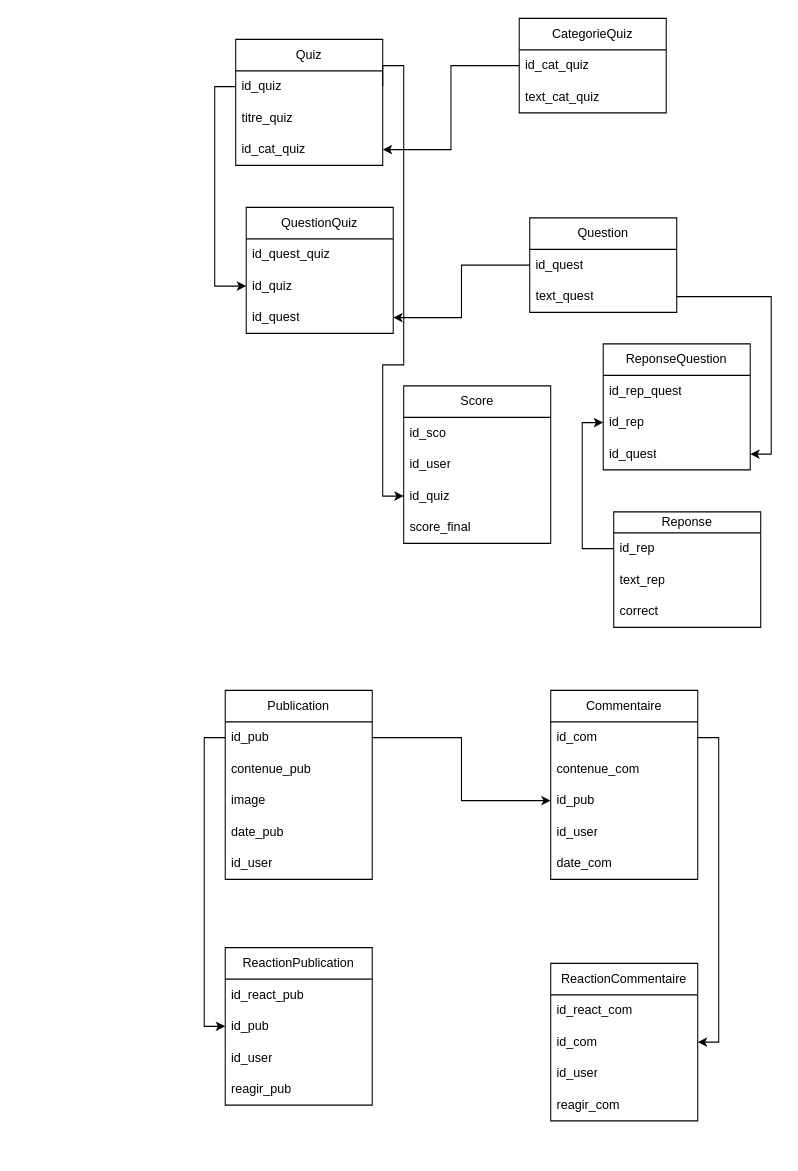
This is mcd.drawio from Maminjatovo/Mcd_hack_it_supernova, a draw.io file, before an edit. Source tidied: cells renumbered, new cells numbered last; positions are measured from the earlier drawing's top-left corner, leaving out a move shared by most shapes. Both pictures are drawn from the tidied source at 105%, with x=0, y=0 at pixel (225, 18).
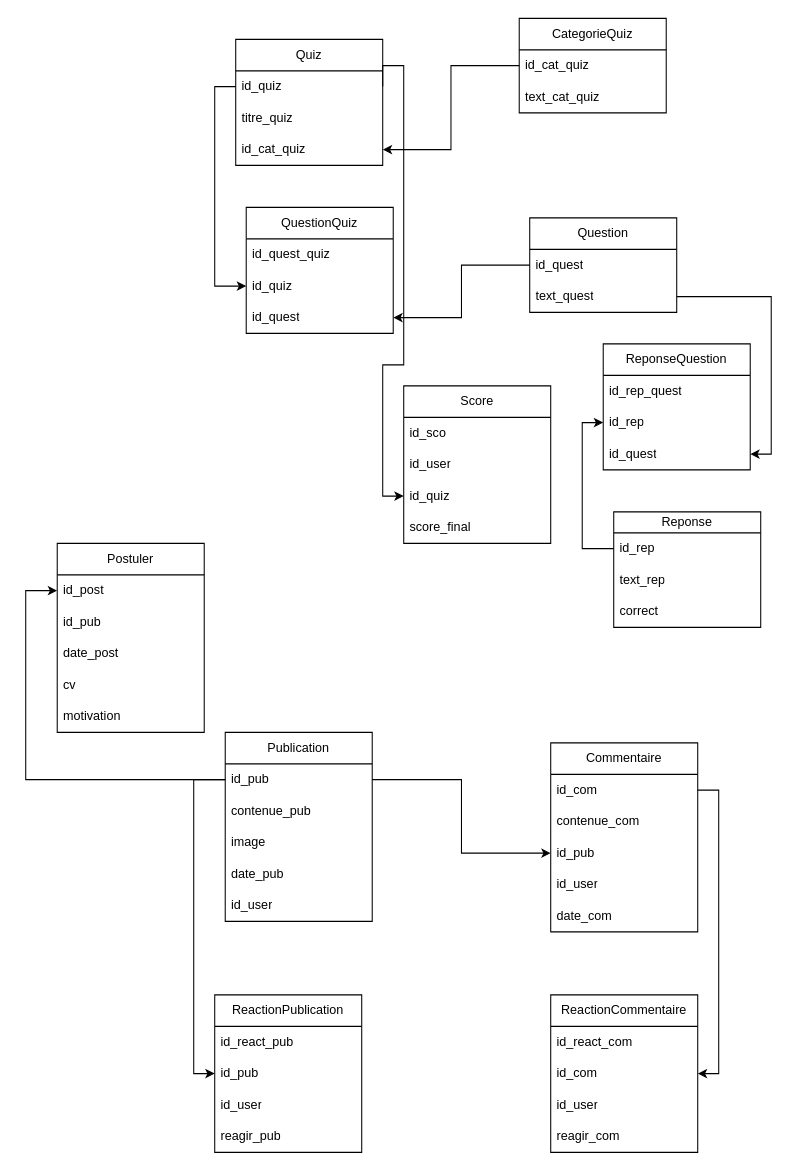
Above is the later version.

Commit message:
Mettre à jour mcd.drawio

Unchanged cells that the change refers to:
```xml
<mxCell id="36" value="id_pub" style="text;strokeColor=none;fillColor=none;align=left;verticalAlign=middle;spacingLeft=4;spacingRight=4;overflow=hidden;points=[[0,0.5],[1,0.5]];portConstraint=eastwest;whiteSpace=wrap;html=1;" parent="35" vertex="1">
  <mxGeometry y="30" width="140" height="30" as="geometry" />
</mxCell>
```

The edit, as a diff of the source:
```diff
@@
     <mxCell id="35" value="Publication" style="swimlane;fontStyle=0;horizontal=1;startSize=30;whiteSpace=wrap;html=1;" parent="1" vertex="1">
-      <mxGeometry y="640" width="140" height="180" as="geometry" />
+      <mxGeometry y="680" width="140" height="180" as="geometry" />
     </mxCell>
@@
     <mxCell id="41" value="Commentaire" style="swimlane;fontStyle=0;horizontal=1;startSize=30;whiteSpace=wrap;html=1;" parent="1" vertex="1">
-      <mxGeometry x="310" y="640" width="140" height="180" as="geometry" />
+      <mxGeometry x="310" y="690" width="140" height="180" as="geometry" />
     </mxCell>
@@
     <mxCell id="47" value="ReactionPublication" style="swimlane;fontStyle=0;horizontal=1;startSize=30;whiteSpace=wrap;html=1;" parent="1" vertex="1">
-      <mxGeometry y="885" width="140" height="150" as="geometry" />
+      <mxGeometry x="-10" y="930" width="140" height="150" as="geometry" />
     </mxCell>
@@
     <mxCell id="52" value="ReactionCommentaire" style="swimlane;fontStyle=0;horizontal=1;startSize=30;whiteSpace=wrap;html=1;" parent="1" vertex="1">
-      <mxGeometry x="310" y="900" width="140" height="150" as="geometry" />
+      <mxGeometry x="310" y="930" width="140" height="150" as="geometry" />
     </mxCell>
@@
+    <mxCell id="60" value="Postuler" style="swimlane;fontStyle=0;horizontal=1;startSize=30;whiteSpace=wrap;html=1;" parent="1" vertex="1">
+      <mxGeometry x="-160" y="500" width="140" height="180" as="geometry" />
+    </mxCell>
+    <mxCell id="61" value="id_post" style="text;strokeColor=none;fillColor=none;align=left;verticalAlign=middle;spacingLeft=4;spacingRight=4;overflow=hidden;points=[[0,0.5],[1,0.5]];portConstraint=eastwest;whiteSpace=wrap;html=1;" parent="60" vertex="1">
+      <mxGeometry y="30" width="140" height="30" as="geometry" />
+    </mxCell>
+    <mxCell id="62" value="id_pub" style="text;strokeColor=none;fillColor=none;align=left;verticalAlign=middle;spacingLeft=4;spacingRight=4;overflow=hidden;whiteSpace=wrap;html=1;" parent="60" vertex="1">
+      <mxGeometry y="60" width="140" height="30" as="geometry" />
+    </mxCell>
+    <mxCell id="63" value="date_post" style="text;strokeColor=none;fillColor=none;align=left;verticalAlign=middle;spacingLeft=4;spacingRight=4;overflow=hidden;whiteSpace=wrap;html=1;" parent="60" vertex="1">
+      <mxGeometry y="90" width="140" height="30" as="geometry" />
+    </mxCell>
+    <mxCell id="64" value="cv" style="text;strokeColor=none;fillColor=none;align=left;verticalAlign=middle;spacingLeft=4;spacingRight=4;overflow=hidden;whiteSpace=wrap;html=1;" parent="60" vertex="1">
+      <mxGeometry y="120" width="140" height="30" as="geometry" />
+    </mxCell>
+    <mxCell id="65" value="motivation" style="text;strokeColor=none;fillColor=none;align=left;verticalAlign=middle;spacingLeft=4;spacingRight=4;overflow=hidden;whiteSpace=wrap;html=1;" parent="60" vertex="1">
+      <mxGeometry y="150" width="140" height="30" as="geometry" />
+    </mxCell>
+    <mxCell id="66" style="edgeStyle=orthogonalEdgeStyle;rounded=0;jettySize=auto;html=1;exitX=0;exitY=0.5;exitDx=0;exitDy=0;entryX=0;entryY=0.5;entryDx=0;entryDy=0;" parent="1" edge="1" source="36" target="61">
+      <mxGeometry relative="1" as="geometry">
+        <Array as="points">
+          <mxPoint x="-190" y="725" />
+          <mxPoint x="-190" y="545" />
+        </Array>
+      </mxGeometry>
+    </mxCell>
```
